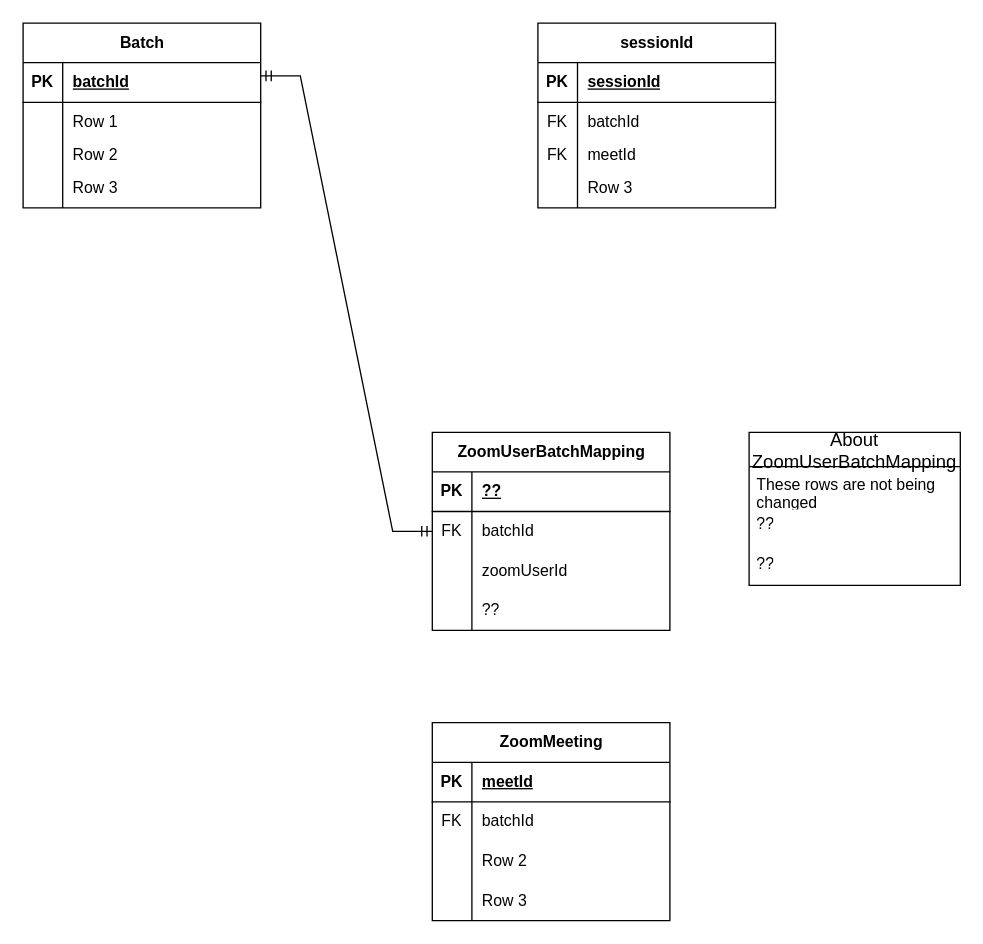
This is iECHOBatchIDMismatch.drawio from wardance-ferret/drawio, a draw.io file, before an edit. Source tidied: cells renumbered, new cells numbered last; positions are measured from the earlier drawing's top-left corner, leaving out a move shared by most shapes. Both pictures are drawn from the tidied source at 132%, with x=0, y=0 at pixel (-492, 22).
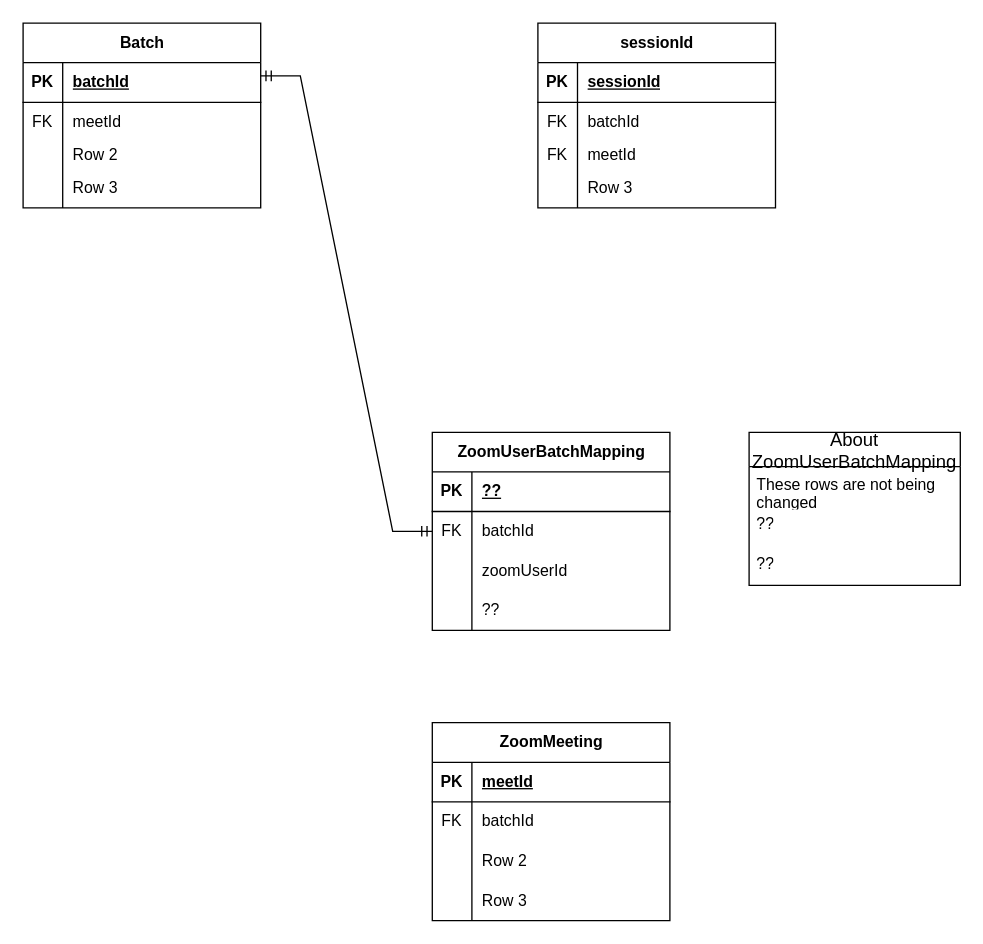
Above is the later version.

Unchanged cells that the change refers to:
```xml
<mxCell id="6" style="shape=tableRow;horizontal=0;startSize=0;swimlaneHead=0;swimlaneBody=0;fillColor=none;top=0;left=0;right=0;bottom=0;" parent="2" vertex="1">
  <mxGeometry y="60" width="180" height="30" as="geometry" />
</mxCell>
```

What changed in the source:
```diff
@@
-    <mxCell id="7" style="shape=partialRectangle;fillColor=none;top=0;left=0;bottom=0;right=0;overflow=hidden;whiteSpace=wrap;html=1;" parent="6" vertex="1">
+    <mxCell id="7" value="FK" style="shape=partialRectangle;fillColor=none;top=0;left=0;bottom=0;right=0;overflow=hidden;whiteSpace=wrap;html=1;" parent="6" vertex="1">
       <mxGeometry width="30" height="30" as="geometry" />
     </mxCell>
-    <mxCell id="8" value="Row 1" style="shape=partialRectangle;fillColor=none;top=0;left=0;bottom=0;right=0;align=left;spacingLeft=6;overflow=hidden;whiteSpace=wrap;html=1;" parent="6" vertex="1">
+    <mxCell id="8" value="meetId" style="shape=partialRectangle;fillColor=none;top=0;left=0;bottom=0;right=0;align=left;spacingLeft=6;overflow=hidden;whiteSpace=wrap;html=1;" parent="6" vertex="1">
       <mxGeometry x="30" width="150" height="30" as="geometry" />
     </mxCell>
```
